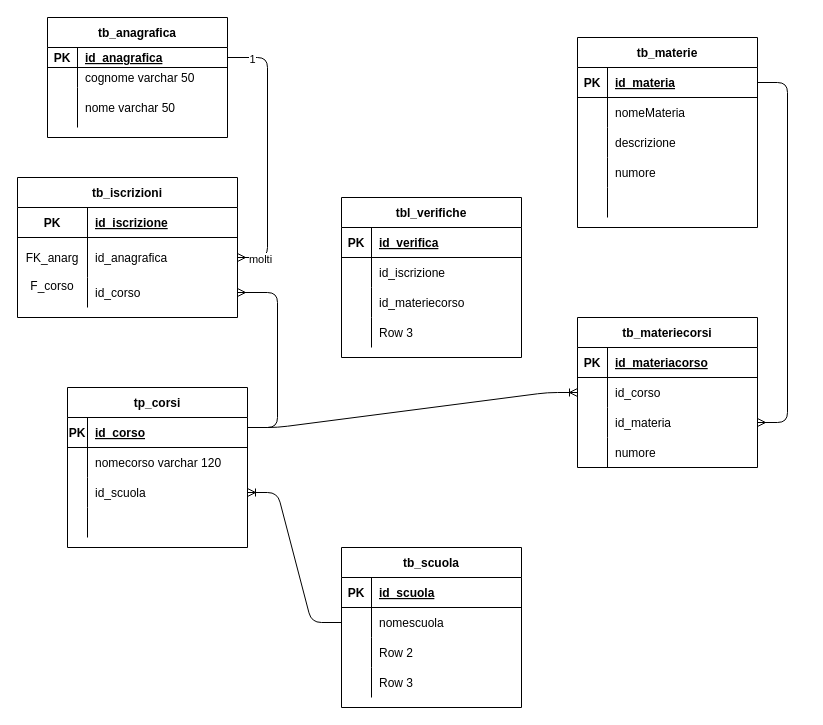
This is Untitled Diagram.drawio from andreabesso/andreabesso, a draw.io file, before an edit. Source tidied: cells renumbered, new cells numbered last; positions are measured from the earlier drawing's top-left corner, leaving out a move shared by most shapes. Both pictures are drawn from the tidied source at 100%, with x=0, y=0 at pixel (17, 17).
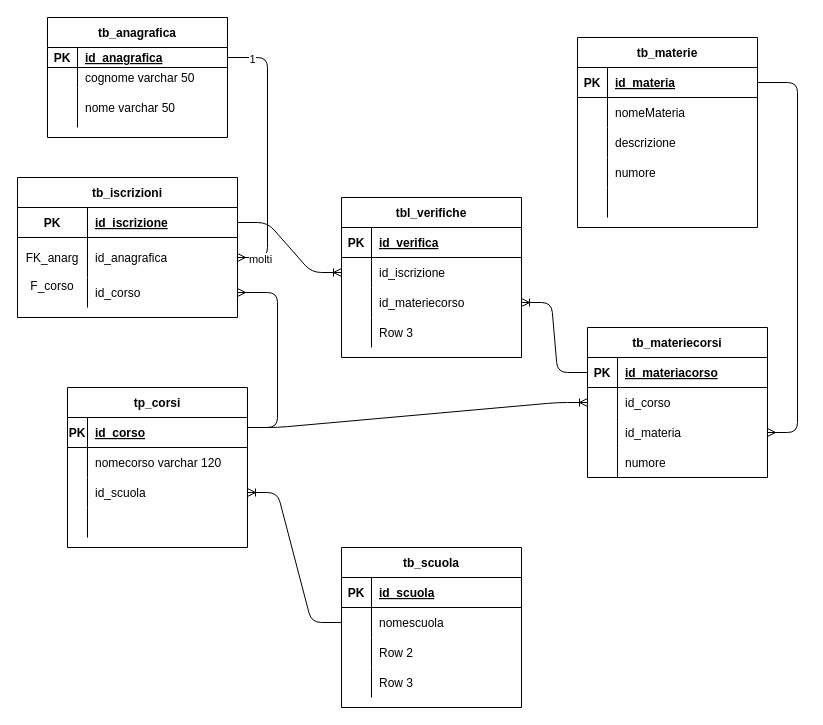
Above is the later version.

Unchanged cells that the change refers to:
```xml
<mxCell id="13" style="shape=partialRectangle;fillColor=none;top=0;left=0;bottom=1;right=0;points=[[0,0.5],[1,0.5]];portConstraint=eastwest;" parent="12" vertex="1">
  <mxGeometry y="30" width="220" height="30" as="geometry" />
</mxCell>
<mxCell id="26" style="shape=partialRectangle;fillColor=none;top=0;left=0;bottom=1;right=0;points=[[0,0.5],[1,0.5]];portConstraint=eastwest;" parent="25" vertex="1">
  <mxGeometry y="30" width="180" height="30" as="geometry" />
</mxCell>
<mxCell id="88" style="shape=partialRectangle;fillColor=none;top=0;left=0;bottom=0;right=0;points=[[0,0.5],[1,0.5]];portConstraint=eastwest;" parent="84" vertex="1">
  <mxGeometry y="60" width="180" height="30" as="geometry" />
</mxCell>
<mxCell id="91" style="shape=partialRectangle;fillColor=none;top=0;left=0;bottom=0;right=0;points=[[0,0.5],[1,0.5]];portConstraint=eastwest;" parent="84" vertex="1">
  <mxGeometry y="90" width="180" height="30" as="geometry" />
</mxCell>
```

What changed in the source:
```diff
@@
     <mxCell id="25" value="tb_materiecorsi" style="shape=table;startSize=30;childLayout=tableLayout;rowLines=0;fontStyle=1;align=center;" parent="1" vertex="1">
-      <mxGeometry x="560" y="300" width="180" height="150" as="geometry" />
+      <mxGeometry x="570" y="310" width="180" height="150" as="geometry" />
     </mxCell>
@@
+    <mxCell id="97" style="edgeStyle=entityRelationEdgeStyle;fontSize=12;html=1;endArrow=ERoneToMany;exitX=1;exitY=0.5;exitDx=0;exitDy=0;entryX=0;entryY=0.5;entryDx=0;entryDy=0;" parent="1" edge="1" source="13" target="88">
+      <mxGeometry relative="1" as="geometry" />
+    </mxCell>
+    <mxCell id="98" style="edgeStyle=entityRelationEdgeStyle;fontSize=12;html=1;endArrow=ERoneToMany;exitX=0;exitY=0.5;exitDx=0;exitDy=0;entryX=1;entryY=0.5;entryDx=0;entryDy=0;" parent="1" edge="1" source="26" target="91">
+      <mxGeometry relative="1" as="geometry" />
+    </mxCell>
```
